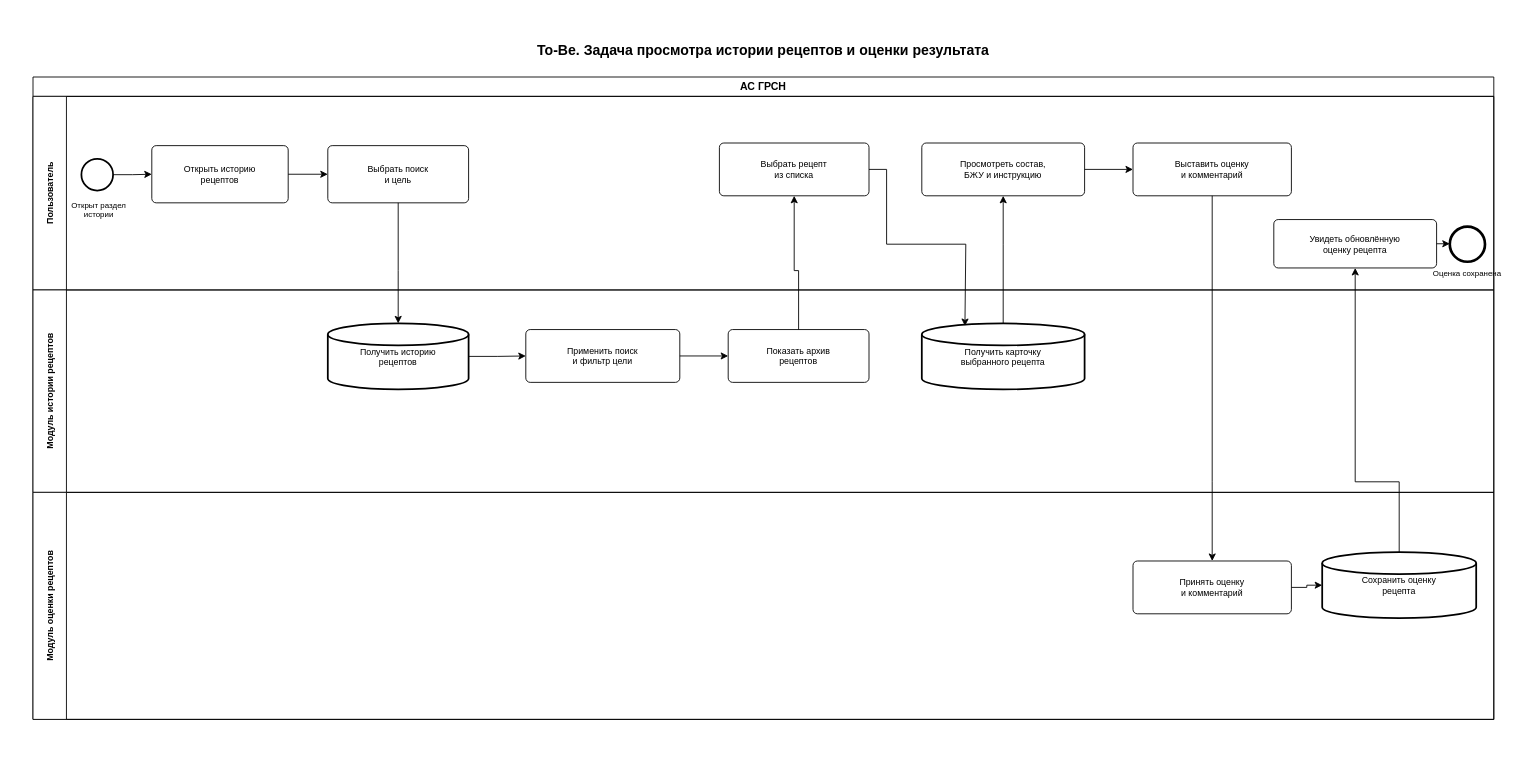
Skipl1/ASOIU keeps this draw.io diagram as Optimization-Methods/laba_2/diagrams/To-Be/To-Be_История_рецептов_оценка.drawio. Above is the earlier version. Source tidied: cells renumbered, new cells numbered last; positions are measured from the earlier drawing's top-left corner, leaving out a move shared by most shapes. Both pictures are drawn from the tidied source at 88%, with x=0, y=0 at pixel (15, 15).
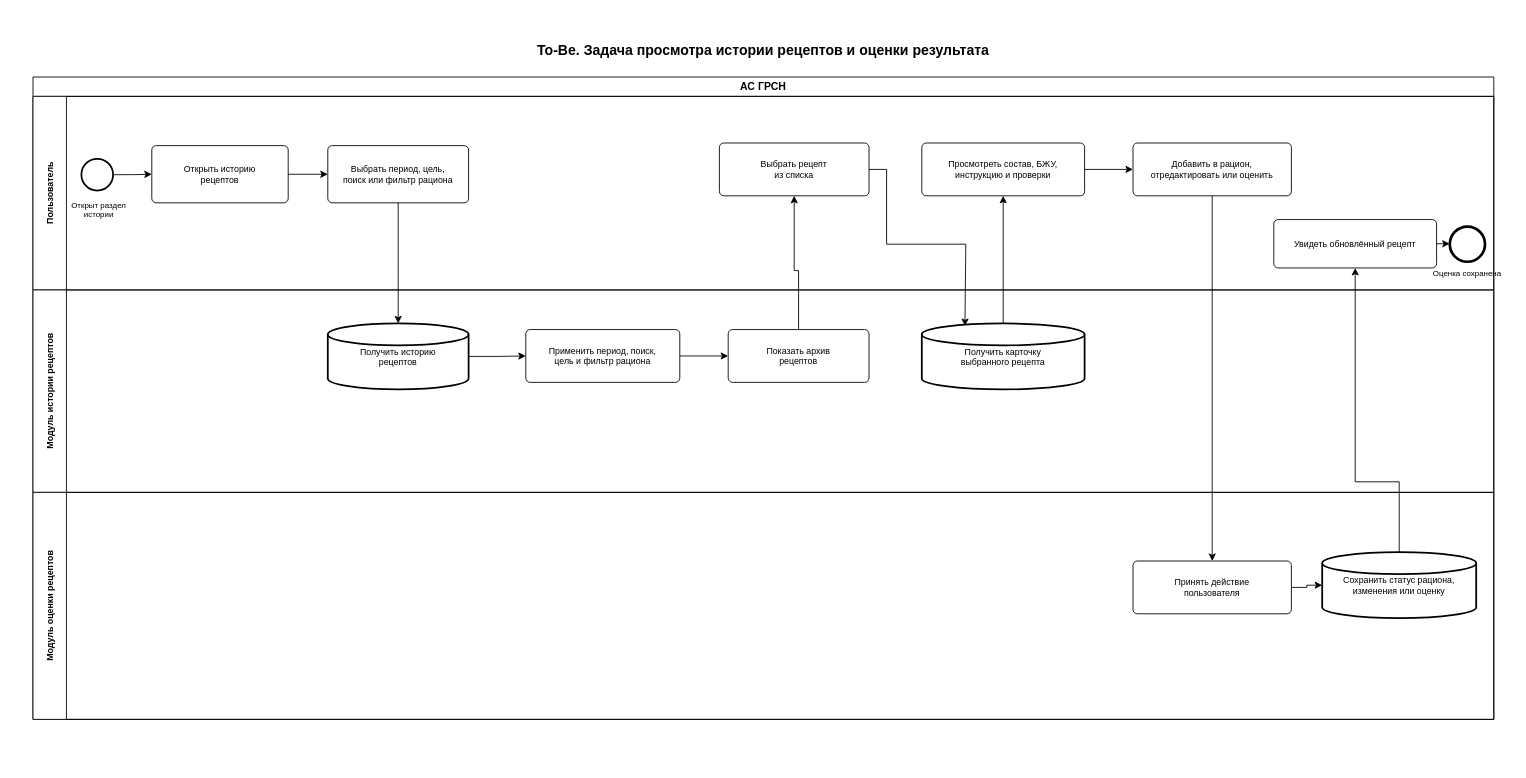
The same diagram, later.

What changed in the source:
```diff
@@
-    <mxCell id="11" value="Выбрать поиск&lt;br&gt;и цель" style="rounded=1;whiteSpace=wrap;html=1;arcSize=10;absoluteArcSize=1;fillColor=#ffffff;strokeColor=#000000;fontSize=10;" parent="1" vertex="1">
+    <mxCell id="11" value="Выбрать период, цель,&lt;br&gt;поиск или фильтр рациона" style="rounded=1;whiteSpace=wrap;html=1;arcSize=10;absoluteArcSize=1;fillColor=#ffffff;strokeColor=#000000;fontSize=10;" parent="1" vertex="1">
       <mxGeometry x="355" y="148" width="160" height="65" as="geometry" />
     </mxCell>
@@
-    <mxCell id="13" value="Просмотреть состав,&lt;br&gt;БЖУ и инструкцию" style="rounded=1;whiteSpace=wrap;html=1;arcSize=10;absoluteArcSize=1;fillColor=#ffffff;strokeColor=#000000;fontSize=10;" parent="1" vertex="1">
+    <mxCell id="13" value="Просмотреть состав, БЖУ,&lt;br&gt;инструкцию и проверки" style="rounded=1;whiteSpace=wrap;html=1;arcSize=10;absoluteArcSize=1;fillColor=#ffffff;strokeColor=#000000;fontSize=10;" parent="1" vertex="1">
       <mxGeometry x="1030" y="145" width="185" height="60" as="geometry" />
     </mxCell>
-    <mxCell id="14" value="Выставить оценку&lt;br&gt;и комментарий" style="rounded=1;whiteSpace=wrap;html=1;arcSize=10;absoluteArcSize=1;fillColor=#ffffff;strokeColor=#000000;fontSize=10;" parent="1" vertex="1">
+    <mxCell id="14" value="Добавить в рацион,&lt;br&gt;отредактировать или оценить" style="rounded=1;whiteSpace=wrap;html=1;arcSize=10;absoluteArcSize=1;fillColor=#ffffff;strokeColor=#000000;fontSize=10;" parent="1" vertex="1">
       <mxGeometry x="1270" y="145" width="180" height="60" as="geometry" />
     </mxCell>
-    <mxCell id="15" value="Увидеть обновлённую&lt;br&gt;оценку рецепта" style="rounded=1;whiteSpace=wrap;html=1;arcSize=10;absoluteArcSize=1;fillColor=#ffffff;strokeColor=#000000;fontSize=10;" parent="1" vertex="1">
+    <mxCell id="15" value="Увидеть обновлённый рецепт" style="rounded=1;whiteSpace=wrap;html=1;arcSize=10;absoluteArcSize=1;fillColor=#ffffff;strokeColor=#000000;fontSize=10;" parent="1" vertex="1">
       <mxGeometry x="1430" y="232" width="185" height="55" as="geometry" />
     </mxCell>
@@
-    <mxCell id="19" value="Применить поиск&lt;br&gt;и фильтр цели" style="rounded=1;whiteSpace=wrap;html=1;arcSize=10;absoluteArcSize=1;fillColor=#ffffff;strokeColor=#000000;fontSize=10;" parent="1" vertex="1">
+    <mxCell id="19" value="Применить период, поиск,&lt;br&gt;цель и фильтр рациона" style="rounded=1;whiteSpace=wrap;html=1;arcSize=10;absoluteArcSize=1;fillColor=#ffffff;strokeColor=#000000;fontSize=10;" parent="1" vertex="1">
       <mxGeometry x="580" y="357" width="175" height="60" as="geometry" />
     </mxCell>
@@
-    <mxCell id="22" value="Принять оценку&lt;br&gt;и комментарий" style="rounded=1;whiteSpace=wrap;html=1;arcSize=10;absoluteArcSize=1;fillColor=#ffffff;strokeColor=#000000;fontSize=10;" parent="1" vertex="1">
+    <mxCell id="22" value="Принять действие&lt;br&gt;пользователя" style="rounded=1;whiteSpace=wrap;html=1;arcSize=10;absoluteArcSize=1;fillColor=#ffffff;strokeColor=#000000;fontSize=10;" parent="1" vertex="1">
       <mxGeometry x="1270" y="620" width="180" height="60" as="geometry" />
     </mxCell>
-    <mxCell id="23" value="Сохранить оценку&lt;br&gt;рецепта" style="strokeWidth=2;html=1;shape=mxgraph.flowchart.database;whiteSpace=wrap;fillColor=#ffffff;strokeColor=#000000;fontSize=10;" parent="1" vertex="1">
+    <mxCell id="23" value="Сохранить статус рациона,&lt;br&gt;изменения или оценку" style="strokeWidth=2;html=1;shape=mxgraph.flowchart.database;whiteSpace=wrap;fillColor=#ffffff;strokeColor=#000000;fontSize=10;" parent="1" vertex="1">
       <mxGeometry x="1485" y="610" width="175" height="75" as="geometry" />
     </mxCell>
```
